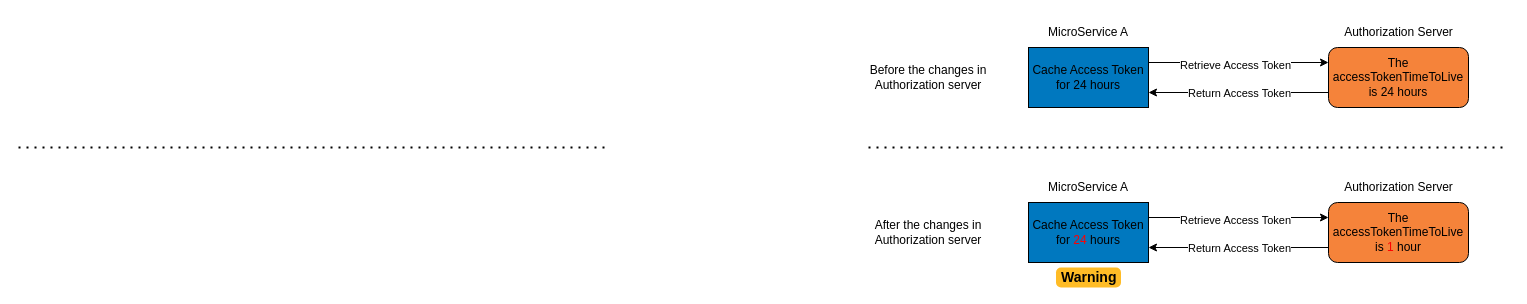
The draw.io diagram spring-boot/How-to-use-OAuth-2-Client-in-Spring-Boot/incident.drawio in csmervyn/csmervyn.github.io, before the edit. Source tidied: cells renumbered, new cells numbered last; positions are measured from the earlier drawing's top-left corner, leaving out a move shared by most shapes. Both pictures are drawn from the tidied source at 100%, with x=0, y=0 at pixel (18, 17).
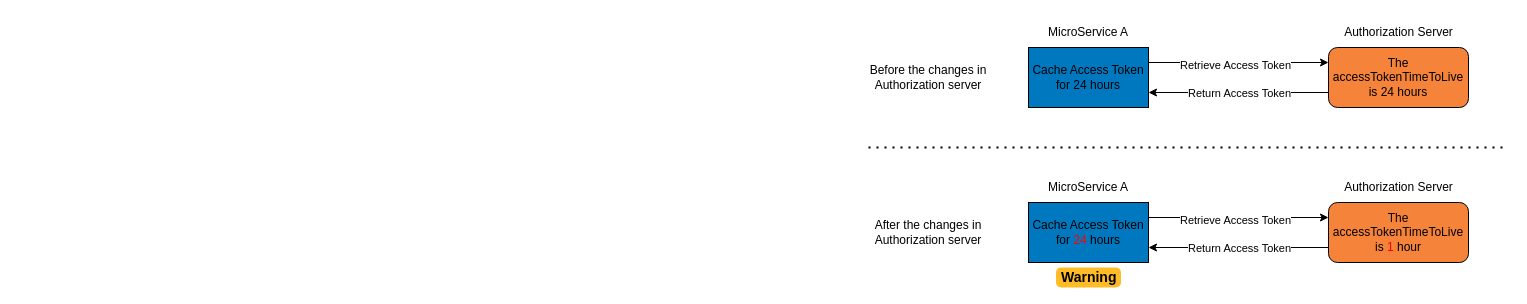
The same page after the edit.

Change to the diagram source:
```diff
@@
-    <mxCell id="18" style="endArrow=none;dashed=1;html=1;dashPattern=1 3;strokeWidth=2;rounded=0;" parent="1" edge="1">
-      <mxGeometry relative="1" as="geometry">
-        <mxPoint y="130" as="sourcePoint" />
-        <mxPoint x="590" y="130" as="targetPoint" />
-      </mxGeometry>
-    </mxCell>
```
